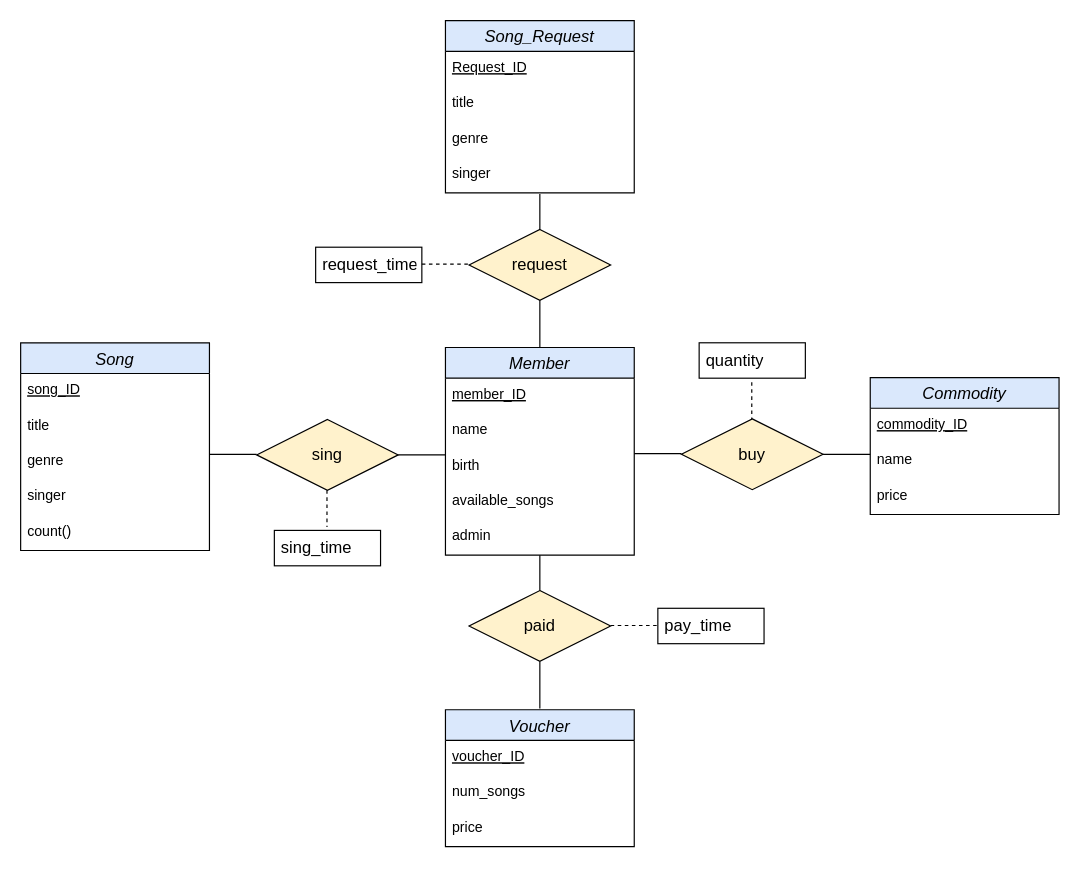
Before: page "ER-Diagram" (2 of 8) of DB_Assignment_4.drawio in jskwak98/DB_Term_Project_Diagram, a draw.io diagram. Source tidied: cells renumbered, new cells numbered last; positions are measured from the earlier drawing's top-left corner, leaving out a move shared by most shapes. Both pictures are drawn from the tidied source at 118%, with x=0, y=0 at pixel (20, 20).
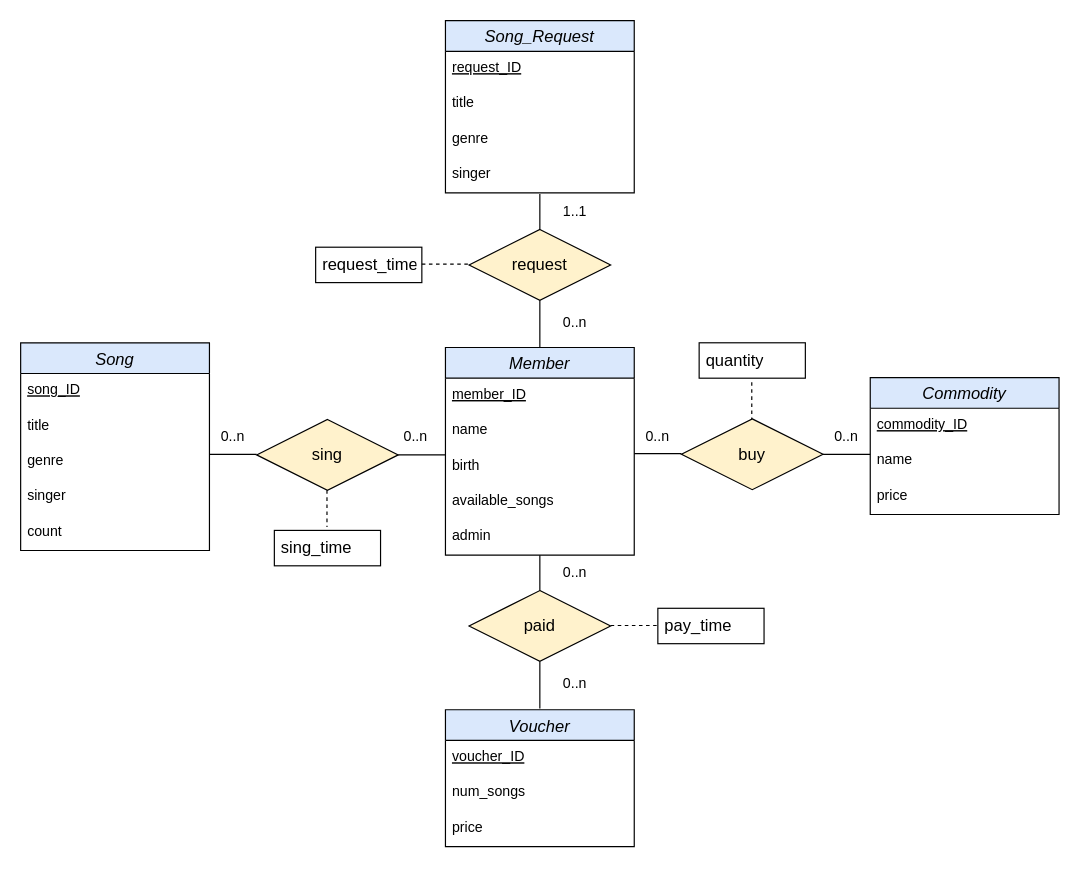
After the change.

The change refers to these unchanged cells:
```xml
<mxCell id="2" value="Song" style="swimlane;fontStyle=2;horizontal=1;startSize=26;align=center;fontSize=14;fillColor=#dae8fc;strokeColor=#000000;" parent="1" vertex="1">
  <mxGeometry y="273" width="160" height="176" as="geometry" />
</mxCell>
<mxCell id="8" value="Song_Request" style="swimlane;fontStyle=2;horizontal=1;startSize=26;align=center;fontSize=14;fillColor=#dae8fc;strokeColor=#000000;" parent="1" vertex="1">
  <mxGeometry x="360" width="160" height="146" as="geometry" />
</mxCell>
```

What changed in the source:
```diff
@@
-    <mxCell id="7" value="count()" style="text;strokeColor=none;fillColor=none;spacingLeft=4;spacingRight=4;overflow=hidden;fontSize=12;" parent="2" vertex="1">
+    <mxCell id="7" value="count" style="text;strokeColor=none;fillColor=none;spacingLeft=4;spacingRight=4;overflow=hidden;fontSize=12;" parent="2" vertex="1">
       <mxGeometry y="146" width="160" height="30" as="geometry" />
     </mxCell>
@@
-    <mxCell id="9" value="Request_ID" style="text;strokeColor=none;fillColor=none;spacingLeft=4;spacingRight=4;overflow=hidden;fontSize=12;fontStyle=4;" parent="8" vertex="1">
+    <mxCell id="9" value="request_ID" style="text;strokeColor=none;fillColor=none;spacingLeft=4;spacingRight=4;overflow=hidden;fontSize=12;fontStyle=4;" parent="8" vertex="1">
       <mxGeometry y="26" width="160" height="30" as="geometry" />
     </mxCell>
@@
+    <mxCell id="47" value="0..n" style="text;html=1;strokeColor=none;fillColor=none;align=center;verticalAlign=middle;whiteSpace=wrap;rounded=0;fontFamily=Helvetica;fontSize=12;fontColor=default;startSize=40;" parent="1" vertex="1">
+      <mxGeometry x="440" y="241" width="60" height="30" as="geometry" />
+    </mxCell>
+    <mxCell id="48" value="1..1" style="text;html=1;strokeColor=none;fillColor=none;align=center;verticalAlign=middle;whiteSpace=wrap;rounded=0;fontFamily=Helvetica;fontSize=12;fontColor=default;startSize=40;" parent="1" vertex="1">
+      <mxGeometry x="450" y="147" width="40" height="30" as="geometry" />
+    </mxCell>
+    <mxCell id="49" value="0..n" style="text;html=1;strokeColor=none;fillColor=none;align=center;verticalAlign=middle;whiteSpace=wrap;rounded=0;fontFamily=Helvetica;fontSize=12;fontColor=default;startSize=40;" parent="1" vertex="1">
+      <mxGeometry x="510" y="338" width="60" height="30" as="geometry" />
+    </mxCell>
+    <mxCell id="50" value="0..n" style="text;html=1;strokeColor=none;fillColor=none;align=center;verticalAlign=middle;whiteSpace=wrap;rounded=0;fontFamily=Helvetica;fontSize=12;fontColor=default;startSize=40;" parent="1" vertex="1">
+      <mxGeometry x="670" y="338" width="60" height="30" as="geometry" />
+    </mxCell>
+    <mxCell id="51" value="0..n" style="text;html=1;strokeColor=none;fillColor=none;align=center;verticalAlign=middle;whiteSpace=wrap;rounded=0;fontFamily=Helvetica;fontSize=12;fontColor=default;startSize=40;" parent="1" vertex="1">
+      <mxGeometry x="440" y="453" width="60" height="30" as="geometry" />
+    </mxCell>
+    <mxCell id="52" value="0..n" style="text;html=1;strokeColor=none;fillColor=none;align=center;verticalAlign=middle;whiteSpace=wrap;rounded=0;fontFamily=Helvetica;fontSize=12;fontColor=default;startSize=40;" parent="1" vertex="1">
+      <mxGeometry x="440" y="547" width="60" height="30" as="geometry" />
+    </mxCell>
+    <mxCell id="53" value="0..n" style="text;html=1;strokeColor=none;fillColor=none;align=center;verticalAlign=middle;whiteSpace=wrap;rounded=0;fontFamily=Helvetica;fontSize=12;fontColor=default;startSize=40;" parent="1" vertex="1">
+      <mxGeometry x="150" y="338" width="60" height="30" as="geometry" />
+    </mxCell>
+    <mxCell id="54" value="0..n" style="text;html=1;strokeColor=none;fillColor=none;align=center;verticalAlign=middle;whiteSpace=wrap;rounded=0;fontFamily=Helvetica;fontSize=12;fontColor=default;startSize=40;" parent="1" vertex="1">
+      <mxGeometry x="305" y="337.5" width="60" height="30" as="geometry" />
+    </mxCell>
```
